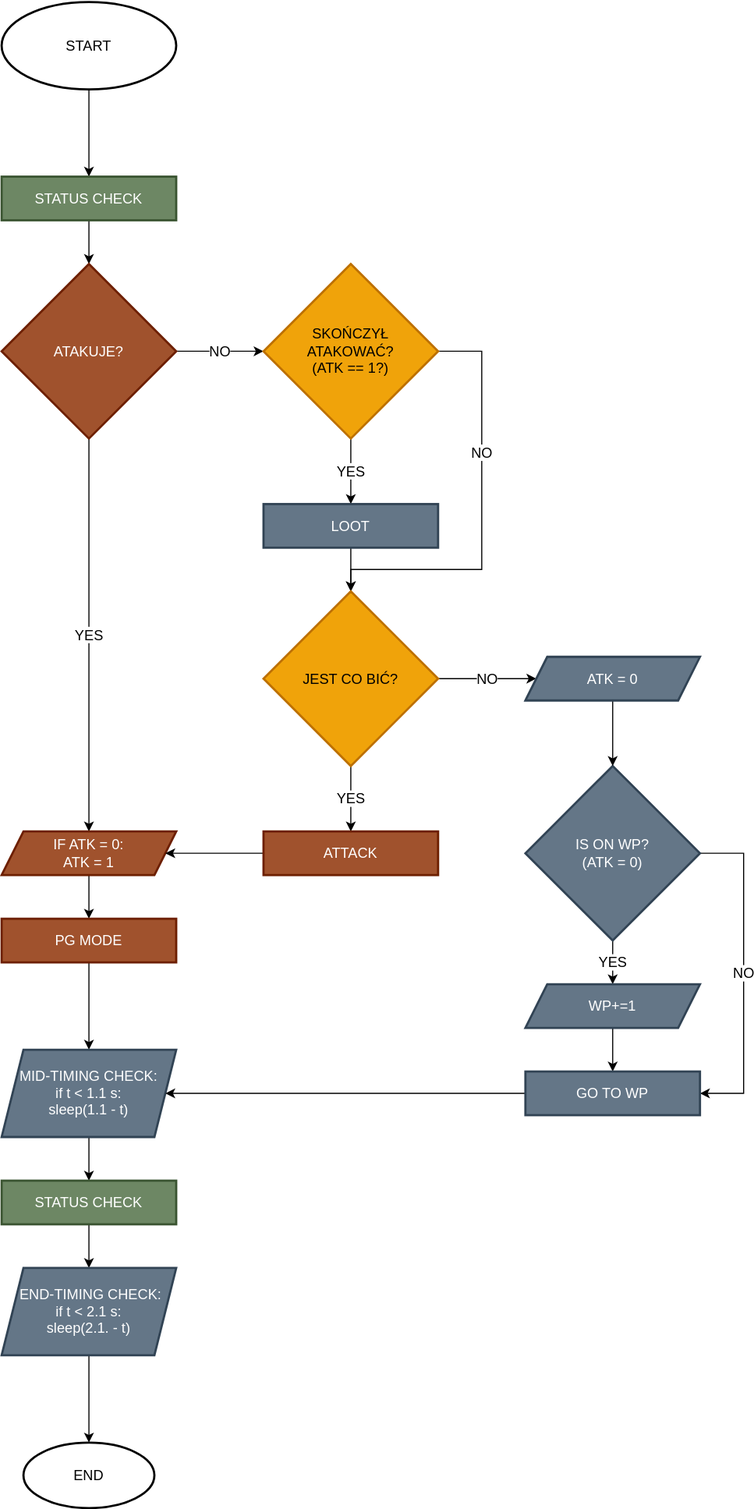
Earlier version of the draw.io export src/img/flowchart_logika_andrzeja_profitujacego.svg (lbaisinger/Andrzej-d2r). Source tidied: cells renumbered, new cells last; positions are measured from the earlier drawing's top-left corner, leaving out a move shared by most shapes. Source of this version:
```xml
<mxGraphModel>
  <root>
    <mxCell id="0" />
    <mxCell id="1" parent="0" />
    <mxCell id="2" style="edgeStyle=orthogonalEdgeStyle;rounded=0;jettySize=auto;html=1;fontSize=13;" parent="1" edge="1" source="3" target="5">
      <mxGeometry relative="1" as="geometry" />
    </mxCell>
    <mxCell id="3" value="START" style="strokeWidth=2;html=1;shape=mxgraph.flowchart.start_1;whiteSpace=wrap;fontSize=13;" parent="1" vertex="1">
      <mxGeometry width="160" height="80" as="geometry" />
    </mxCell>
    <mxCell id="4" style="edgeStyle=orthogonalEdgeStyle;rounded=0;jettySize=auto;html=1;fontSize=13;" parent="1" edge="1" source="5" target="8">
      <mxGeometry relative="1" as="geometry" />
    </mxCell>
    <mxCell id="5" value="STATUS CHECK" style="whiteSpace=wrap;html=1;strokeWidth=2;fillColor=#6d8764;strokeColor=#3A5431;fontColor=#ffffff;fontSize=13;" parent="1" vertex="1">
      <mxGeometry y="160" width="160" height="40" as="geometry" />
    </mxCell>
    <mxCell id="6" value="YES" style="edgeStyle=orthogonalEdgeStyle;rounded=0;jettySize=auto;html=1;fontSize=13;" parent="1" edge="1" source="8" target="10">
      <mxGeometry relative="1" as="geometry" />
    </mxCell>
    <mxCell id="7" value="NO" style="edgeStyle=orthogonalEdgeStyle;rounded=0;jettySize=auto;html=1;fontSize=13;" parent="1" edge="1" source="8" target="15">
      <mxGeometry relative="1" as="geometry" />
    </mxCell>
    <mxCell id="8" value="ATAKUJE?" style="rhombus;whiteSpace=wrap;html=1;fillColor=#a0522d;strokeColor=#6D1F00;fontColor=#ffffff;strokeWidth=2;fontSize=13;" parent="1" vertex="1">
      <mxGeometry y="240" width="160" height="160" as="geometry" />
    </mxCell>
    <mxCell id="9" style="edgeStyle=orthogonalEdgeStyle;rounded=0;jettySize=auto;html=1;fontSize=13;" parent="1" edge="1" source="10" target="12">
      <mxGeometry relative="1" as="geometry" />
    </mxCell>
    <mxCell id="10" value="IF ATK = 0:&lt;br style=&quot;font-size: 13px;&quot;&gt;ATK = 1" style="shape=parallelogram;perimeter=parallelogramPerimeter;whiteSpace=wrap;html=1;fixedSize=1;fillColor=#a0522d;strokeColor=#6D1F00;fontColor=#ffffff;strokeWidth=2;fontSize=13;" parent="1" vertex="1">
      <mxGeometry y="760" width="160" height="40" as="geometry" />
    </mxCell>
    <mxCell id="11" style="edgeStyle=orthogonalEdgeStyle;rounded=0;jettySize=auto;html=1;fontSize=13;" parent="1" edge="1" source="12" target="24">
      <mxGeometry relative="1" as="geometry" />
    </mxCell>
    <mxCell id="12" value="PG MODE" style="whiteSpace=wrap;html=1;fillColor=#a0522d;strokeColor=#6D1F00;fontColor=#ffffff;strokeWidth=2;fontSize=13;" parent="1" vertex="1">
      <mxGeometry y="840" width="160" height="40" as="geometry" />
    </mxCell>
    <mxCell id="13" value="YES" style="edgeStyle=orthogonalEdgeStyle;rounded=0;jettySize=auto;html=1;fontSize=13;" parent="1" edge="1" source="15" target="17">
      <mxGeometry relative="1" as="geometry" />
    </mxCell>
    <mxCell id="14" value="NO" style="edgeStyle=orthogonalEdgeStyle;rounded=0;jettySize=auto;html=1;exitX=1;exitY=0.5;exitDx=0;exitDy=0;entryX=0.5;entryY=0;entryDx=0;entryDy=0;fontSize=13;" parent="1" edge="1" source="15" target="20">
      <mxGeometry x="-0.3" relative="1" as="geometry">
        <Array as="points">
          <mxPoint x="440" y="320" />
          <mxPoint x="440" y="520" />
          <mxPoint x="320" y="520" />
        </Array>
      </mxGeometry>
    </mxCell>
    <mxCell id="15" value="SKOŃCZYŁ&lt;br style=&quot;font-size: 13px;&quot;&gt;ATAKOWAĆ?&lt;br style=&quot;font-size: 13px;&quot;&gt;(ATK == 1?)" style="rhombus;whiteSpace=wrap;html=1;fillColor=#f0a30a;strokeColor=#BD7000;fontColor=#000000;strokeWidth=2;fontSize=13;" parent="1" vertex="1">
      <mxGeometry x="240" y="240" width="160" height="160" as="geometry" />
    </mxCell>
    <mxCell id="16" style="edgeStyle=orthogonalEdgeStyle;rounded=0;jettySize=auto;html=1;fontSize=13;" parent="1" edge="1" source="17" target="20">
      <mxGeometry relative="1" as="geometry" />
    </mxCell>
    <mxCell id="17" value="LOOT" style="whiteSpace=wrap;html=1;fillColor=#647687;strokeColor=#314354;fontColor=#ffffff;strokeWidth=2;fontSize=13;" parent="1" vertex="1">
      <mxGeometry x="240" y="460" width="160" height="40" as="geometry" />
    </mxCell>
    <mxCell id="18" value="YES" style="edgeStyle=orthogonalEdgeStyle;rounded=0;jettySize=auto;html=1;fontSize=13;" parent="1" edge="1" source="20" target="22">
      <mxGeometry relative="1" as="geometry" />
    </mxCell>
    <mxCell id="19" value="NO" style="edgeStyle=orthogonalEdgeStyle;rounded=0;jettySize=auto;html=1;fontSize=13;" parent="1" edge="1" source="20" target="38">
      <mxGeometry relative="1" as="geometry" />
    </mxCell>
    <mxCell id="20" value="JEST CO BIĆ?" style="rhombus;whiteSpace=wrap;html=1;fillColor=#f0a30a;strokeColor=#BD7000;fontColor=#000000;strokeWidth=2;fontSize=13;" parent="1" vertex="1">
      <mxGeometry x="240" y="540" width="160" height="160" as="geometry" />
    </mxCell>
    <mxCell id="21" style="edgeStyle=orthogonalEdgeStyle;rounded=0;jettySize=auto;html=1;exitX=0;exitY=0.5;exitDx=0;exitDy=0;entryX=1;entryY=0.5;entryDx=0;entryDy=0;fontSize=13;" parent="1" edge="1" source="22" target="10">
      <mxGeometry relative="1" as="geometry" />
    </mxCell>
    <mxCell id="22" value="ATTACK" style="whiteSpace=wrap;html=1;fillColor=#a0522d;strokeColor=#6D1F00;fontColor=#ffffff;strokeWidth=2;fontSize=13;" parent="1" vertex="1">
      <mxGeometry x="240" y="760" width="160" height="40" as="geometry" />
    </mxCell>
    <mxCell id="23" style="edgeStyle=orthogonalEdgeStyle;rounded=0;jettySize=auto;html=1;fontSize=13;" parent="1" edge="1" source="24" target="26">
      <mxGeometry relative="1" as="geometry" />
    </mxCell>
    <mxCell id="24" value="MID-TIMING CHECK:&lt;br style=&quot;font-size: 13px;&quot;&gt;if t &amp;lt; 1.1 s:&lt;br style=&quot;font-size: 13px;&quot;&gt;sleep(1.1 - t)" style="shape=parallelogram;perimeter=parallelogramPerimeter;whiteSpace=wrap;html=1;fixedSize=1;fillColor=#647687;strokeColor=#314354;fontColor=#ffffff;strokeWidth=2;fontSize=13;" parent="1" vertex="1">
      <mxGeometry y="960" width="160" height="80" as="geometry" />
    </mxCell>
    <mxCell id="25" style="edgeStyle=orthogonalEdgeStyle;rounded=0;jettySize=auto;html=1;fontSize=13;" parent="1" edge="1" source="26" target="28">
      <mxGeometry relative="1" as="geometry" />
    </mxCell>
    <mxCell id="26" value="STATUS CHECK" style="whiteSpace=wrap;html=1;fillColor=#6d8764;strokeColor=#3A5431;fontColor=#ffffff;strokeWidth=2;fontSize=13;" parent="1" vertex="1">
      <mxGeometry y="1080" width="160" height="40" as="geometry" />
    </mxCell>
    <mxCell id="27" style="edgeStyle=orthogonalEdgeStyle;rounded=0;jettySize=auto;html=1;fontSize=13;" parent="1" edge="1" source="28" target="29">
      <mxGeometry relative="1" as="geometry" />
    </mxCell>
    <mxCell id="28" value="&amp;nbsp;END-TIMING CHECK:&lt;br style=&quot;font-size: 13px;&quot;&gt;if t &amp;lt; 2.1 s:&lt;br style=&quot;font-size: 13px;&quot;&gt;sleep(2.1. - t)" style="shape=parallelogram;perimeter=parallelogramPerimeter;whiteSpace=wrap;html=1;fixedSize=1;fillColor=#647687;strokeColor=#314354;fontColor=#ffffff;strokeWidth=2;fontSize=13;" parent="1" vertex="1">
      <mxGeometry y="1160" width="160" height="80" as="geometry" />
    </mxCell>
    <mxCell id="29" value="END" style="ellipse;whiteSpace=wrap;html=1;strokeWidth=2;fontSize=13;" parent="1" vertex="1">
      <mxGeometry x="20" y="1320" width="120" height="60" as="geometry" />
    </mxCell>
    <mxCell id="30" value="YES" style="edgeStyle=orthogonalEdgeStyle;rounded=0;jettySize=auto;html=1;exitX=0.5;exitY=1;exitDx=0;exitDy=0;entryX=0.5;entryY=0;entryDx=0;entryDy=0;fontSize=13;" parent="1" edge="1" source="32" target="34">
      <mxGeometry relative="1" as="geometry" />
    </mxCell>
    <mxCell id="31" value="NO" style="edgeStyle=orthogonalEdgeStyle;rounded=0;jettySize=auto;html=1;exitX=1;exitY=0.5;exitDx=0;exitDy=0;entryX=1;entryY=0.5;entryDx=0;entryDy=0;fontSize=13;" parent="1" edge="1" source="32" target="36">
      <mxGeometry relative="1" as="geometry">
        <Array as="points">
          <mxPoint x="680" y="780" />
          <mxPoint x="680" y="1000" />
        </Array>
      </mxGeometry>
    </mxCell>
    <mxCell id="32" value="IS ON WP?&lt;br style=&quot;font-size: 13px;&quot;&gt;(ATK = 0)" style="rhombus;whiteSpace=wrap;html=1;fillColor=#647687;strokeColor=#314354;fontColor=#ffffff;strokeWidth=2;fontSize=13;" parent="1" vertex="1">
      <mxGeometry x="480" y="700" width="160" height="160" as="geometry" />
    </mxCell>
    <mxCell id="33" style="edgeStyle=orthogonalEdgeStyle;rounded=0;jettySize=auto;html=1;exitX=0.5;exitY=1;exitDx=0;exitDy=0;entryX=0.5;entryY=0;entryDx=0;entryDy=0;fontSize=13;" parent="1" edge="1" source="34" target="36">
      <mxGeometry relative="1" as="geometry" />
    </mxCell>
    <mxCell id="34" value="WP+=1" style="shape=parallelogram;perimeter=parallelogramPerimeter;whiteSpace=wrap;html=1;fixedSize=1;fillColor=#647687;strokeColor=#314354;fontColor=#ffffff;strokeWidth=2;fontSize=13;" parent="1" vertex="1">
      <mxGeometry x="480" y="900" width="160" height="40" as="geometry" />
    </mxCell>
    <mxCell id="35" style="edgeStyle=orthogonalEdgeStyle;rounded=0;jettySize=auto;html=1;exitX=0;exitY=0.5;exitDx=0;exitDy=0;entryX=1;entryY=0.5;entryDx=0;entryDy=0;fontSize=13;" parent="1" edge="1" source="36" target="24">
      <mxGeometry relative="1" as="geometry" />
    </mxCell>
    <mxCell id="36" value="GO TO WP" style="whiteSpace=wrap;html=1;fillColor=#647687;strokeColor=#314354;fontColor=#ffffff;strokeWidth=2;fontSize=13;" parent="1" vertex="1">
      <mxGeometry x="480" y="980" width="160" height="40" as="geometry" />
    </mxCell>
    <mxCell id="37" style="edgeStyle=orthogonalEdgeStyle;rounded=0;jettySize=auto;html=1;exitX=0.5;exitY=1;exitDx=0;exitDy=0;entryX=0.5;entryY=0;entryDx=0;entryDy=0;fontSize=13;" parent="1" edge="1" source="38" target="32">
      <mxGeometry relative="1" as="geometry" />
    </mxCell>
    <mxCell id="38" value="ATK = 0" style="shape=parallelogram;perimeter=parallelogramPerimeter;whiteSpace=wrap;html=1;fixedSize=1;fontSize=13;fillColor=#647687;strokeColor=#314354;fontColor=#ffffff;strokeWidth=2;" parent="1" vertex="1">
      <mxGeometry x="480" y="600" width="160" height="40" as="geometry" />
    </mxCell>
  </root>
</mxGraphModel>
```
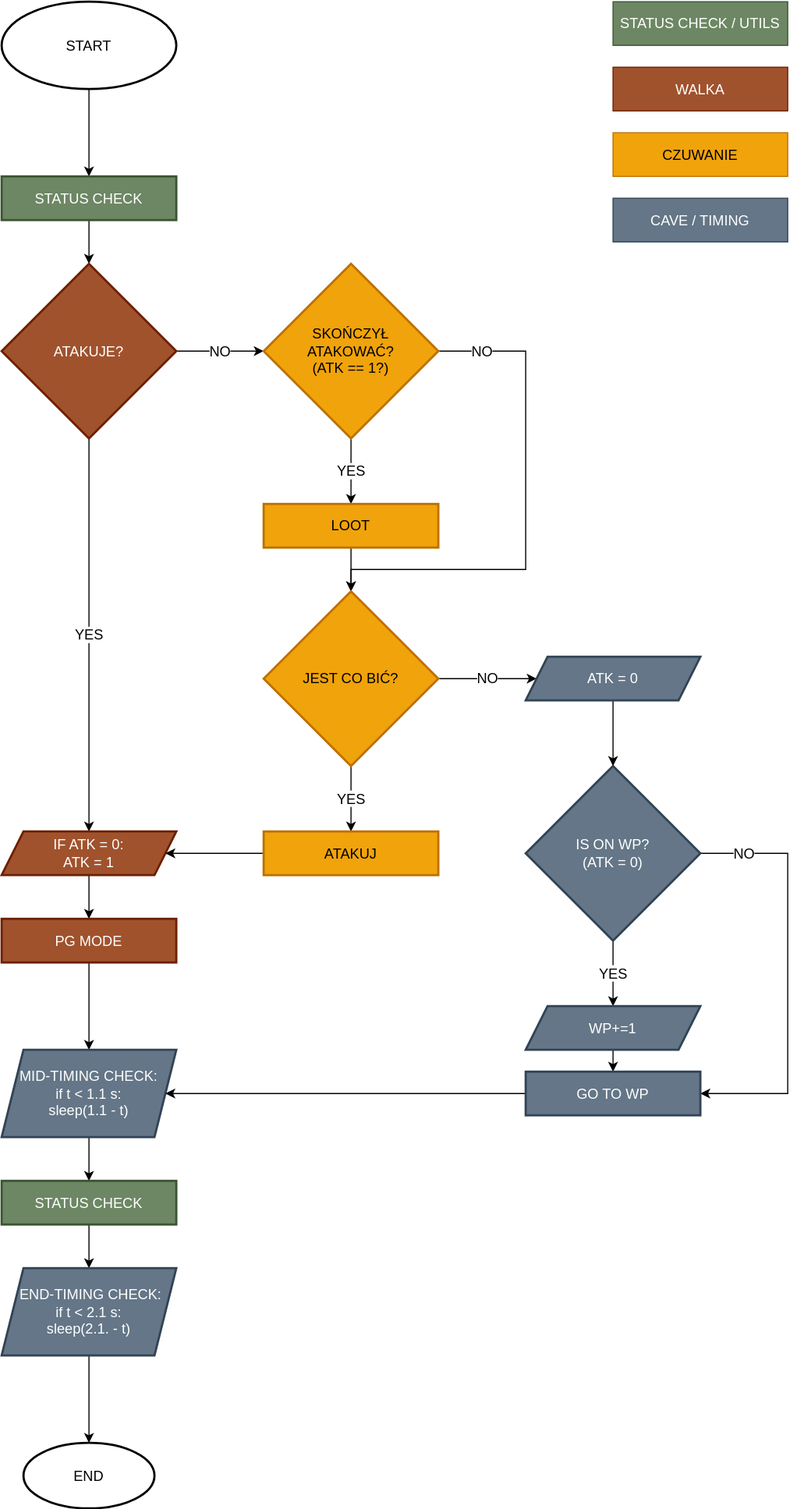
The same file after the commit.

Change to the diagram source:
```diff
@@ -39,10 +39,10 @@
       <mxGeometry relative="1" as="geometry" />
     </mxCell>
     <mxCell id="14" value="NO" style="edgeStyle=orthogonalEdgeStyle;rounded=0;jettySize=auto;html=1;exitX=1;exitY=0.5;exitDx=0;exitDy=0;entryX=0.5;entryY=0;entryDx=0;entryDy=0;fontSize=13;" parent="1" edge="1" source="15" target="20">
-      <mxGeometry x="-0.3" relative="1" as="geometry">
+      <mxGeometry x="-0.83" relative="1" as="geometry">
         <Array as="points">
-          <mxPoint x="440" y="320" />
-          <mxPoint x="440" y="520" />
+          <mxPoint x="480" y="320" />
+          <mxPoint x="480" y="520" />
           <mxPoint x="320" y="520" />
         </Array>
       </mxGeometry>
@@ -53,7 +53,7 @@
     <mxCell id="16" style="edgeStyle=orthogonalEdgeStyle;rounded=0;jettySize=auto;html=1;fontSize=13;" parent="1" edge="1" source="17" target="20">
       <mxGeometry relative="1" as="geometry" />
     </mxCell>
-    <mxCell id="17" value="LOOT" style="whiteSpace=wrap;html=1;fillColor=#647687;strokeColor=#314354;fontColor=#ffffff;strokeWidth=2;fontSize=13;" parent="1" vertex="1">
+    <mxCell id="17" value="LOOT" style="whiteSpace=wrap;html=1;fillColor=#f0a30a;strokeColor=#BD7000;fontColor=#000000;strokeWidth=2;fontSize=13;" parent="1" vertex="1">
       <mxGeometry x="240" y="460" width="160" height="40" as="geometry" />
     </mxCell>
     <mxCell id="18" value="YES" style="edgeStyle=orthogonalEdgeStyle;rounded=0;jettySize=auto;html=1;fontSize=13;" parent="1" edge="1" source="20" target="22">
@@ -68,7 +68,7 @@
     <mxCell id="21" style="edgeStyle=orthogonalEdgeStyle;rounded=0;jettySize=auto;html=1;exitX=0;exitY=0.5;exitDx=0;exitDy=0;entryX=1;entryY=0.5;entryDx=0;entryDy=0;fontSize=13;" parent="1" edge="1" source="22" target="10">
       <mxGeometry relative="1" as="geometry" />
     </mxCell>
-    <mxCell id="22" value="ATTACK" style="whiteSpace=wrap;html=1;fillColor=#a0522d;strokeColor=#6D1F00;fontColor=#ffffff;strokeWidth=2;fontSize=13;" parent="1" vertex="1">
+    <mxCell id="22" value="ATAKUJ" style="whiteSpace=wrap;html=1;fillColor=#f0a30a;strokeColor=#BD7000;fontColor=#000000;strokeWidth=2;fontSize=13;" parent="1" vertex="1">
       <mxGeometry x="240" y="760" width="160" height="40" as="geometry" />
     </mxCell>
     <mxCell id="23" style="edgeStyle=orthogonalEdgeStyle;rounded=0;jettySize=auto;html=1;fontSize=13;" parent="1" edge="1" source="24" target="26">
@@ -96,10 +96,10 @@
       <mxGeometry relative="1" as="geometry" />
     </mxCell>
     <mxCell id="31" value="NO" style="edgeStyle=orthogonalEdgeStyle;rounded=0;jettySize=auto;html=1;exitX=1;exitY=0.5;exitDx=0;exitDy=0;entryX=1;entryY=0.5;entryDx=0;entryDy=0;fontSize=13;" parent="1" edge="1" source="32" target="36">
-      <mxGeometry relative="1" as="geometry">
+      <mxGeometry x="-0.79" relative="1" as="geometry">
         <Array as="points">
-          <mxPoint x="680" y="780" />
-          <mxPoint x="680" y="1000" />
+          <mxPoint x="720" y="780" />
+          <mxPoint x="720" y="1000" />
         </Array>
       </mxGeometry>
     </mxCell>
@@ -110,7 +110,7 @@
       <mxGeometry relative="1" as="geometry" />
     </mxCell>
     <mxCell id="34" value="WP+=1" style="shape=parallelogram;perimeter=parallelogramPerimeter;whiteSpace=wrap;html=1;fixedSize=1;fillColor=#647687;strokeColor=#314354;fontColor=#ffffff;strokeWidth=2;fontSize=13;" parent="1" vertex="1">
-      <mxGeometry x="480" y="900" width="160" height="40" as="geometry" />
+      <mxGeometry x="480" y="920" width="160" height="40" as="geometry" />
     </mxCell>
     <mxCell id="35" style="edgeStyle=orthogonalEdgeStyle;rounded=0;jettySize=auto;html=1;exitX=0;exitY=0.5;exitDx=0;exitDy=0;entryX=1;entryY=0.5;entryDx=0;entryDy=0;fontSize=13;" parent="1" edge="1" source="36" target="24">
       <mxGeometry relative="1" as="geometry" />
@@ -124,5 +124,17 @@
     <mxCell id="38" value="ATK = 0" style="shape=parallelogram;perimeter=parallelogramPerimeter;whiteSpace=wrap;html=1;fixedSize=1;fontSize=13;fillColor=#647687;strokeColor=#314354;fontColor=#ffffff;strokeWidth=2;" parent="1" vertex="1">
       <mxGeometry x="480" y="600" width="160" height="40" as="geometry" />
     </mxCell>
+    <mxCell id="39" value="STATUS CHECK / UTILS" style="rounded=0;whiteSpace=wrap;html=1;fontSize=13;fillColor=#6d8764;fontColor=#ffffff;strokeColor=#3A5431;" parent="1" vertex="1">
+      <mxGeometry x="560" width="160" height="40" as="geometry" />
+    </mxCell>
+    <mxCell id="40" value="WALKA" style="rounded=0;whiteSpace=wrap;html=1;fontSize=13;fillColor=#a0522d;fontColor=#ffffff;strokeColor=#6D1F00;" parent="1" vertex="1">
+      <mxGeometry x="560" y="60" width="160" height="40" as="geometry" />
+    </mxCell>
+    <mxCell id="41" value="CZUWANIE" style="rounded=0;whiteSpace=wrap;html=1;fontSize=13;fillColor=#f0a30a;fontColor=#000000;strokeColor=#BD7000;" parent="1" vertex="1">
+      <mxGeometry x="560" y="120" width="160" height="40" as="geometry" />
+    </mxCell>
+    <mxCell id="42" value="CAVE / TIMING" style="rounded=0;whiteSpace=wrap;html=1;fontSize=13;fillColor=#647687;fontColor=#ffffff;strokeColor=#314354;" parent="1" vertex="1">
+      <mxGeometry x="560" y="180" width="160" height="40" as="geometry" />
+    </mxCell>
   </root>
 </mxGraphModel>
```
